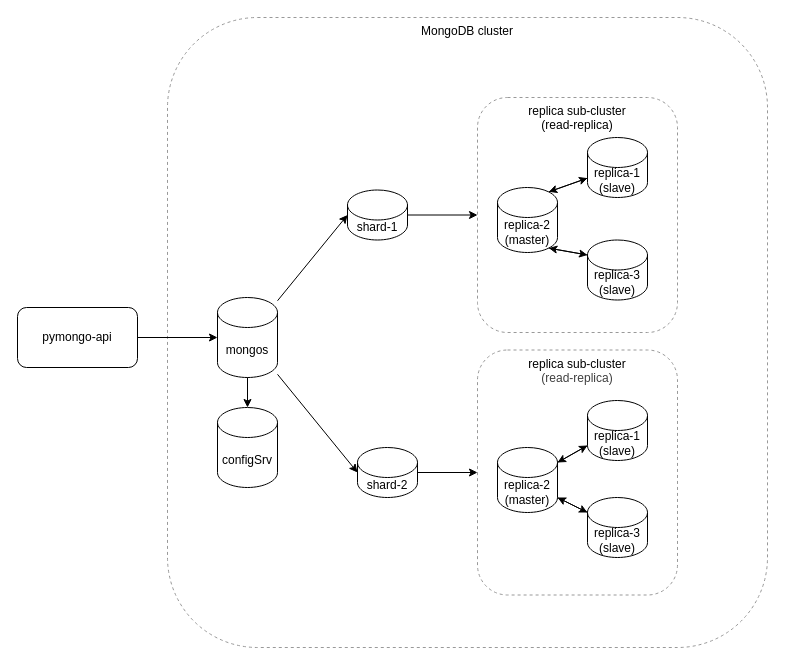
This is docs/schema-3.drawio from AndreyNester/black_friday, a draw.io file, before an edit. Source tidied: cells renumbered, new cells numbered last; positions are measured from the earlier drawing's top-left corner, leaving out a move shared by most shapes. Both pictures are drawn from the tidied source at 100%, with x=0, y=0 at pixel (17, 17).
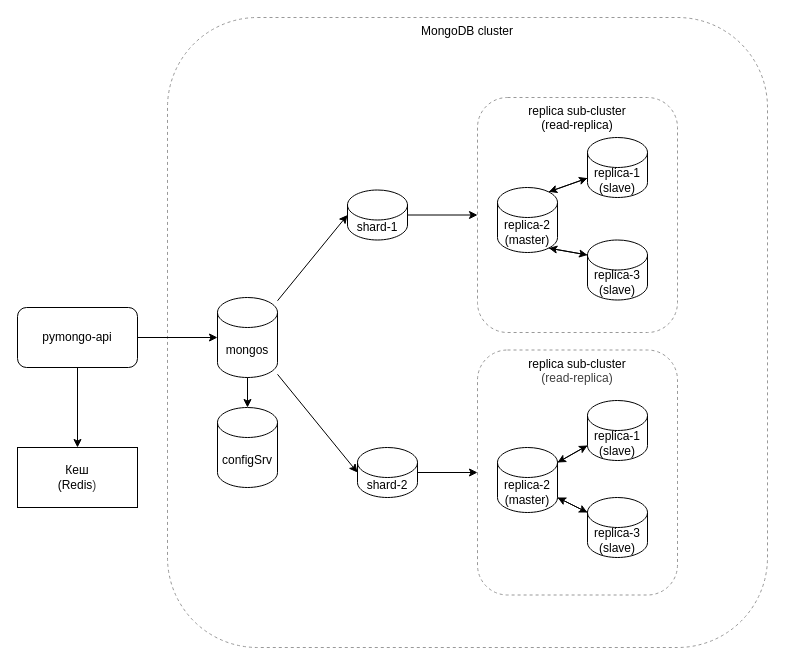
The same page after the edit.

Unchanged cells that the change refers to:
```xml
<mxCell id="4" value="pymongo-api" style="rounded=1;whiteSpace=wrap;html=1;" parent="1" vertex="1">
  <mxGeometry y="290" width="120" height="60" as="geometry" />
</mxCell>
```

Change to the diagram source:
```diff
@@
+    <mxCell id="30" style="edgeStyle=none;html=1;entryX=0.5;entryY=0;entryDx=0;entryDy=0;" parent="1" edge="1" source="4" target="31">
+      <mxGeometry relative="1" as="geometry" />
+    </mxCell>
@@
+    <mxCell id="31" value="Кеш&lt;div&gt;(Redis&lt;span style=&quot;color: rgb(63, 63, 63); background-color: transparent;&quot;&gt;)&lt;/span&gt;&lt;/div&gt;" style="whiteSpace=wrap;html=1;" parent="1" vertex="1">
+      <mxGeometry y="430" width="120" height="60" as="geometry" />
+    </mxCell>
```
